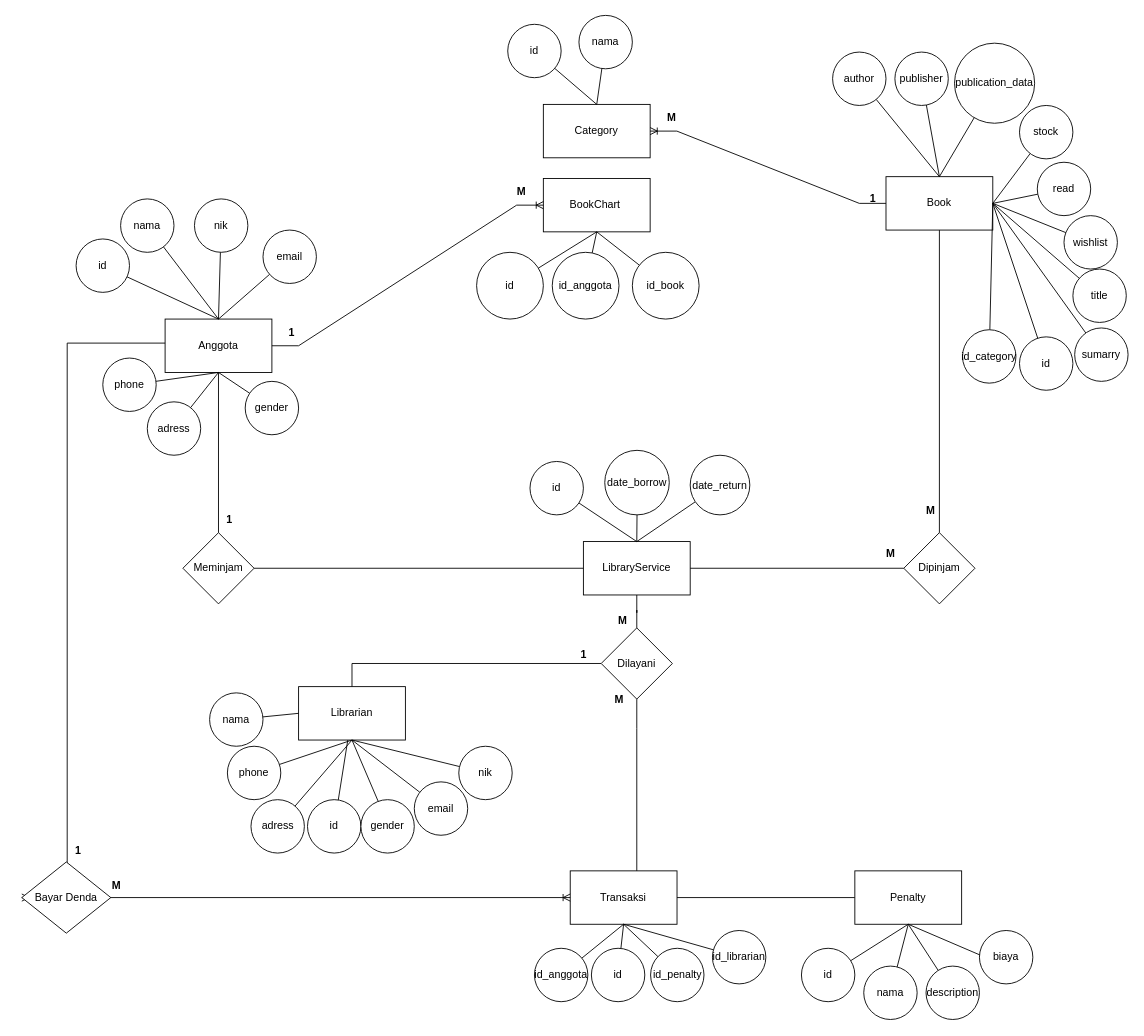
Before: Library.drawio in Syaal/library, a draw.io diagram. Source tidied: cells renumbered, new cells numbered last; positions are measured from the earlier drawing's top-left corner, leaving out a move shared by most shapes. Both pictures are drawn from the tidied source at 89%, with x=0, y=0 at pixel (21, 15).
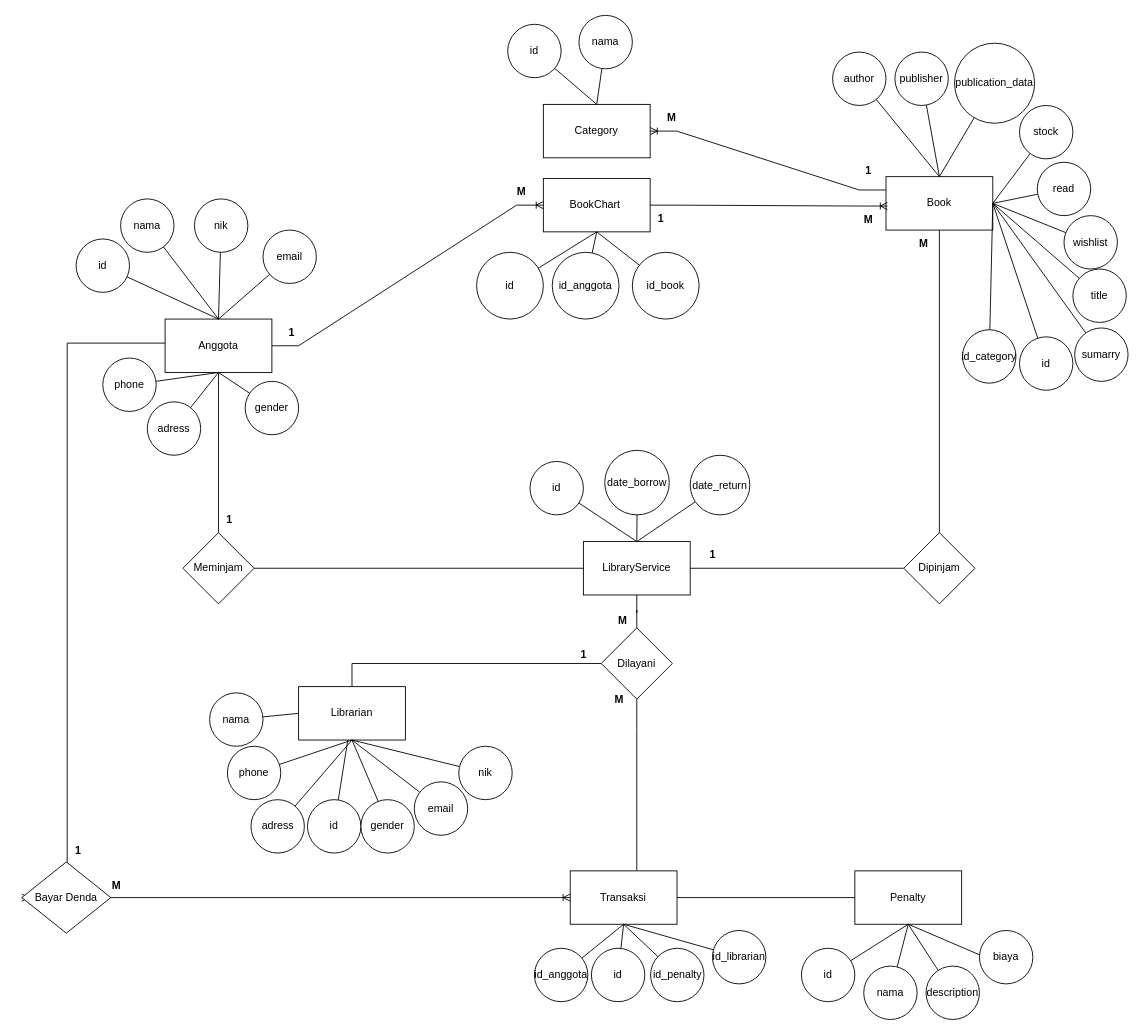
Above is the later version.

The change refers to these unchanged cells:
```xml
<mxCell id="6" value="Book" style="rounded=0;whiteSpace=wrap;html=1;" parent="1" vertex="1">
  <mxGeometry x="971" y="181" width="120" height="60" as="geometry" />
</mxCell>
<mxCell id="7" value="Category" style="rounded=0;whiteSpace=wrap;html=1;" parent="1" vertex="1">
  <mxGeometry x="586" y="99.8" width="120" height="60" as="geometry" />
</mxCell>
<mxCell id="13" value="BookChart&amp;nbsp;" style="rounded=0;whiteSpace=wrap;html=1;" parent="1" vertex="1">
  <mxGeometry x="586" y="183" width="120" height="60" as="geometry" />
</mxCell>
```

Diff of the diagram source:
```diff
@@
     <mxCell id="102" value="M" style="text;html=1;align=center;verticalAlign=middle;strokeColor=none;fillColor=none;fontStyle=1;" parent="1" vertex="1">
-      <mxGeometry x="1006" y="541" width="30" height="30" as="geometry" />
+      <mxGeometry x="998" y="242" width="30" height="30" as="geometry" />
     </mxCell>
-    <mxCell id="103" value="M" style="text;html=1;align=center;verticalAlign=middle;strokeColor=none;fillColor=none;fontStyle=1;" parent="1" vertex="1">
-      <mxGeometry x="961" y="590" width="30" height="30" as="geometry" />
+    <mxCell id="103" value="1" style="text;html=1;align=center;verticalAlign=middle;strokeColor=none;fillColor=none;fontStyle=1;" parent="1" vertex="1">
+      <mxGeometry x="761" y="591" width="30" height="30" as="geometry" />
     </mxCell>
@@
-    <mxCell id="105" value="1" style="text;html=1;align=center;verticalAlign=middle;strokeColor=none;fillColor=none;fontStyle=1;" parent="1" vertex="1">
-      <mxGeometry x="941" y="191" width="30" height="30" as="geometry" />
-    </mxCell>
-    <mxCell id="106" style="edgeStyle=entityRelationEdgeStyle;fontSize=12;html=1;endArrow=ERoneToMany;rounded=0;exitX=0;exitY=0.5;exitDx=0;exitDy=0;" parent="1" edge="1" source="6" target="7">
+    <mxCell id="106" style="edgeStyle=entityRelationEdgeStyle;fontSize=12;html=1;endArrow=ERoneToMany;rounded=0;exitX=0;exitY=0.25;exitDx=0;exitDy=0;" parent="1" edge="1" source="6" target="7">
       <mxGeometry relative="1" as="geometry" />
     </mxCell>
@@
+    <mxCell id="118" style="edgeStyle=entityRelationEdgeStyle;fontSize=12;html=1;endArrow=ERoneToMany;rounded=0;exitX=1;exitY=0.5;exitDx=0;exitDy=0;entryX=1.054;entryY=0.768;entryDx=0;entryDy=0;entryPerimeter=0;" parent="1" edge="1" source="13">
+      <mxGeometry relative="1" as="geometry">
+        <mxPoint x="972.6" y="214" as="targetPoint" />
+      </mxGeometry>
+    </mxCell>
+    <mxCell id="119" value="1" style="text;html=1;align=center;verticalAlign=middle;strokeColor=none;fillColor=none;fontStyle=1;" parent="1" vertex="1">
+      <mxGeometry x="702.5" y="213" width="30" height="30" as="geometry" />
+    </mxCell>
+    <mxCell id="120" value="M" style="text;html=1;align=center;verticalAlign=middle;strokeColor=none;fillColor=none;fontStyle=1;" parent="1" vertex="1">
+      <mxGeometry x="936" y="214" width="30" height="30" as="geometry" />
+    </mxCell>
+    <mxCell id="121" value="1" style="text;html=1;align=center;verticalAlign=middle;strokeColor=none;fillColor=none;fontStyle=1;" parent="1" vertex="1">
+      <mxGeometry x="936" y="159.8" width="30" height="30" as="geometry" />
+    </mxCell>
```
